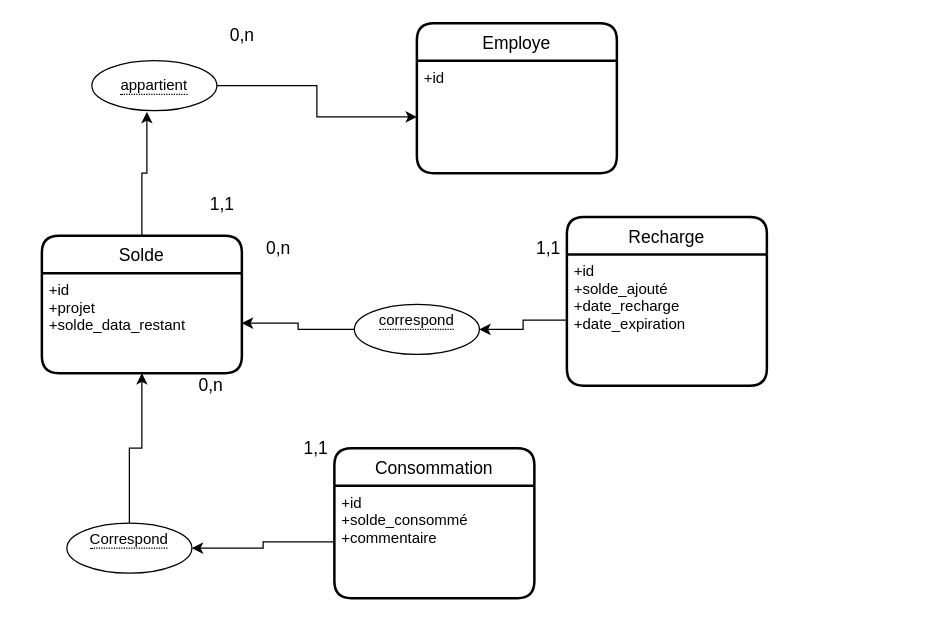
This is Untitled Diagram.drawio from BriceCG/MIGRATION_MIM, a draw.io file, before an edit. Source tidied: cells renumbered, new cells numbered last; positions are measured from the earlier drawing's top-left corner, leaving out a move shared by most shapes. Both pictures are drawn from the tidied source at 125%, with x=0, y=0 at pixel (41, 22).
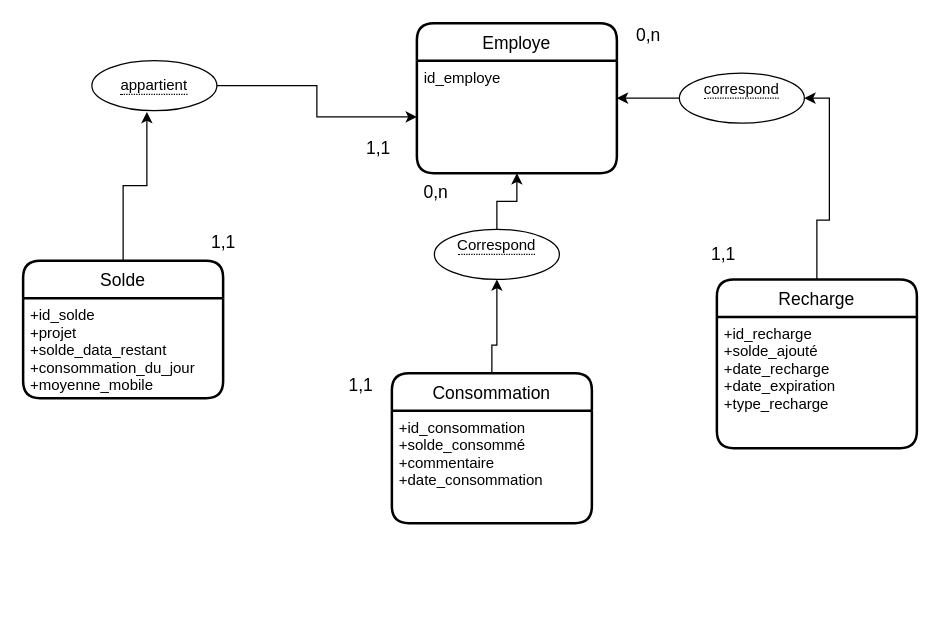
After the change.

Diff of the diagram source:
```diff
@@
-    <mxCell id="2" style="edgeStyle=orthogonalEdgeStyle;rounded=0;jettySize=auto;html=1;entryX=1;entryY=0.5;entryDx=0;entryDy=0;strokeColor=#000000;" parent="1" edge="1" source="3" target="6">
-      <mxGeometry relative="1" as="geometry" />
-    </mxCell>
+    <mxCell id="25" style="edgeStyle=orthogonalEdgeStyle;rounded=0;jettySize=auto;html=1;exitX=0;exitY=0.5;exitDx=0;exitDy=0;entryX=1;entryY=0.5;entryDx=0;entryDy=0;strokeColor=#000000;" parent="1" edge="1" source="3" target="23">
+      <mxGeometry relative="1" as="geometry" />
+    </mxCell>
     <mxCell id="3" value="&lt;span style=&quot;border-bottom: 1px dotted&quot;&gt;correspond&lt;br&gt;&lt;br&gt;&lt;/span&gt;" style="ellipse;whiteSpace=wrap;html=1;align=center;" parent="1" vertex="1">
-      <mxGeometry x="250" y="225" width="100" height="40" as="geometry" />
+      <mxGeometry x="510" y="40" width="100" height="40" as="geometry" />
     </mxCell>
@@
-    <mxCell id="5" value="Solde" style="swimlane;horizontal=1;startSize=30;rounded=1;fontSize=14;fontStyle=0;strokeWidth=2;shadow=0;dashed=0;align=center;" parent="1" vertex="1">
-      <mxGeometry y="170" width="160" height="110" as="geometry" />
-    </mxCell>
-    <mxCell id="6" value="+id&#10;+projet&#10;+solde_data_restant" style="align=left;strokeColor=none;fillColor=none;spacingLeft=4;fontSize=12;verticalAlign=top;" parent="5" vertex="1">
-      <mxGeometry y="30" width="160" height="80" as="geometry" />
-    </mxCell>
-    <mxCell id="7" value="Recharge" style="swimlane;horizontal=1;startSize=30;rounded=1;fontSize=14;fontStyle=0;strokeWidth=2;shadow=0;dashed=0;align=center;" parent="1" vertex="1">
-      <mxGeometry x="420" y="155" width="160" height="135" as="geometry" />
-    </mxCell>
-    <mxCell id="8" value="+id&#10;+solde_ajouté&#10;+date_recharge&#10;+date_expiration&#10;" style="align=left;strokeColor=none;fillColor=none;spacingLeft=4;fontSize=12;verticalAlign=top;" parent="7" vertex="1">
-      <mxGeometry y="30" width="160" height="105" as="geometry" />
-    </mxCell>
     <mxCell id="9" value="&lt;font style=&quot;font-size: 14px&quot;&gt;1,1&lt;/font&gt;" style="text;html=1;align=center;verticalAlign=middle;" parent="1" vertex="1">
-      <mxGeometry x="390" y="170" width="30" height="20" as="geometry" />
+      <mxGeometry x="530" y="175" width="30" height="20" as="geometry" />
     </mxCell>
     <mxCell id="10" value="&lt;font style=&quot;font-size: 14px&quot;&gt;0,n&lt;/font&gt;" style="text;html=1;align=center;verticalAlign=middle;" parent="1" vertex="1">
-      <mxGeometry x="174" y="170" width="30" height="20" as="geometry" />
+      <mxGeometry x="470" width="30" height="20" as="geometry" />
     </mxCell>
@@
-    <mxCell id="12" style="edgeStyle=orthogonalEdgeStyle;rounded=0;jettySize=auto;html=1;entryX=0.5;entryY=1;entryDx=0;entryDy=0;strokeColor=#000000;" parent="1" edge="1" source="13" target="6">
-      <mxGeometry relative="1" as="geometry" />
-    </mxCell>
+    <mxCell id="26" style="edgeStyle=orthogonalEdgeStyle;rounded=0;jettySize=auto;html=1;strokeColor=#000000;" parent="1" edge="1" source="13" target="24">
+      <mxGeometry relative="1" as="geometry" />
+    </mxCell>
     <mxCell id="13" value="&lt;span style=&quot;border-bottom: 1px dotted&quot;&gt;Correspond&lt;br&gt;&lt;br&gt;&lt;/span&gt;" style="ellipse;whiteSpace=wrap;html=1;align=center;" parent="1" vertex="1">
-      <mxGeometry x="20" y="400" width="100" height="40" as="geometry" />
+      <mxGeometry x="314" y="165" width="100" height="40" as="geometry" />
     </mxCell>
-    <mxCell id="14" style="edgeStyle=orthogonalEdgeStyle;rounded=0;jettySize=auto;html=1;entryX=1;entryY=0.5;entryDx=0;entryDy=0;strokeColor=#000000;" parent="1" edge="1" source="22" target="13">
+    <mxCell id="14" style="edgeStyle=orthogonalEdgeStyle;rounded=0;jettySize=auto;html=1;strokeColor=#000000;" parent="1" edge="1" source="22" target="13">
       <mxGeometry relative="1" as="geometry" />
     </mxCell>
     <mxCell id="15" value="&lt;font style=&quot;font-size: 14px&quot;&gt;1,1&lt;/font&gt;" style="text;html=1;align=center;verticalAlign=middle;" parent="1" vertex="1">
-      <mxGeometry x="204" y="330" width="30" height="20" as="geometry" />
+      <mxGeometry x="240" y="280" width="30" height="20" as="geometry" />
     </mxCell>
     <mxCell id="16" value="&lt;font style=&quot;font-size: 14px&quot;&gt;0,n&lt;/font&gt;" style="text;html=1;align=center;verticalAlign=middle;" parent="1" vertex="1">
-      <mxGeometry x="120" y="280" width="30" height="20" as="geometry" />
+      <mxGeometry x="300" y="125" width="30" height="20" as="geometry" />
     </mxCell>
@@
     <mxCell id="19" value="&lt;font style=&quot;font-size: 14px&quot;&gt;1,1&lt;/font&gt;" style="text;html=1;align=center;verticalAlign=middle;" parent="1" vertex="1">
-      <mxGeometry x="129" y="135" width="30" height="20" as="geometry" />
+      <mxGeometry x="130" y="165" width="30" height="20" as="geometry" />
     </mxCell>
-    <mxCell id="20" value="&lt;font style=&quot;font-size: 14px&quot;&gt;0,n&lt;/font&gt;" style="text;html=1;align=center;verticalAlign=middle;" parent="1" vertex="1">
-      <mxGeometry x="145" width="30" height="20" as="geometry" />
+    <mxCell id="20" value="&lt;font style=&quot;font-size: 14px&quot;&gt;1,1&lt;/font&gt;" style="text;html=1;align=center;verticalAlign=middle;" parent="1" vertex="1">
+      <mxGeometry x="254" y="90" width="30" height="20" as="geometry" />
     </mxCell>
+    <mxCell id="23" value="Employe" style="swimlane;horizontal=1;startSize=30;rounded=1;fontSize=14;fontStyle=0;strokeWidth=2;shadow=0;dashed=0;align=center;" parent="1" vertex="1">
+      <mxGeometry x="300" width="160" height="120" as="geometry" />
+    </mxCell>
+    <mxCell id="24" value="id_employe" style="align=left;strokeColor=none;fillColor=none;spacingLeft=4;fontSize=12;verticalAlign=top;" parent="23" vertex="1">
+      <mxGeometry y="30" width="160" height="90" as="geometry" />
+    </mxCell>
+    <mxCell id="7" value="Recharge" style="swimlane;horizontal=1;startSize=30;rounded=1;fontSize=14;fontStyle=0;strokeWidth=2;shadow=0;dashed=0;align=center;" parent="1" vertex="1">
+      <mxGeometry x="540" y="205" width="160" height="135" as="geometry" />
+    </mxCell>
+    <mxCell id="8" value="+id_recharge&#10;+solde_ajouté&#10;+date_recharge&#10;+date_expiration&#10;+type_recharge" style="align=left;strokeColor=none;fillColor=none;spacingLeft=4;fontSize=12;verticalAlign=top;" parent="7" vertex="1">
+      <mxGeometry y="30" width="160" height="105" as="geometry" />
+    </mxCell>
+    <mxCell id="5" value="Solde" style="swimlane;horizontal=1;startSize=30;rounded=1;fontSize=14;fontStyle=0;strokeWidth=2;shadow=0;dashed=0;align=center;" parent="1" vertex="1">
+      <mxGeometry x="-15" y="190" width="160" height="110" as="geometry" />
+    </mxCell>
+    <mxCell id="6" value="+id_solde&#10;+projet&#10;+solde_data_restant&#10;+consommation_du_jour&#10;+moyenne_mobile" style="align=left;strokeColor=none;fillColor=none;spacingLeft=4;fontSize=12;verticalAlign=top;" parent="5" vertex="1">
+      <mxGeometry y="30" width="160" height="80" as="geometry" />
+    </mxCell>
     <mxCell id="21" value="Consommation" style="swimlane;horizontal=1;startSize=30;rounded=1;fontSize=14;fontStyle=0;strokeWidth=2;shadow=0;dashed=0;align=center;" parent="1" vertex="1">
-      <mxGeometry x="234" y="340" width="160" height="120" as="geometry" />
+      <mxGeometry x="280" y="280" width="160" height="120" as="geometry" />
     </mxCell>
-    <mxCell id="22" value="+id&#10;+solde_consommé&#10;+commentaire" style="align=left;strokeColor=none;fillColor=none;spacingLeft=4;fontSize=12;verticalAlign=top;" parent="21" vertex="1">
+    <mxCell id="22" value="+id_consommation&#10;+solde_consommé&#10;+commentaire&#10;+date_consommation" style="align=left;strokeColor=none;fillColor=none;spacingLeft=4;fontSize=12;verticalAlign=top;" parent="21" vertex="1">
       <mxGeometry y="30" width="160" height="90" as="geometry" />
     </mxCell>
-    <mxCell id="23" value="Employe" style="swimlane;horizontal=1;startSize=30;rounded=1;fontSize=14;fontStyle=0;strokeWidth=2;shadow=0;dashed=0;align=center;" parent="1" vertex="1">
-      <mxGeometry x="300" width="160" height="120" as="geometry" />
-    </mxCell>
-    <mxCell id="24" value="+id" style="align=left;strokeColor=none;fillColor=none;spacingLeft=4;fontSize=12;verticalAlign=top;" parent="23" vertex="1">
-      <mxGeometry y="30" width="160" height="90" as="geometry" />
-    </mxCell>
```
